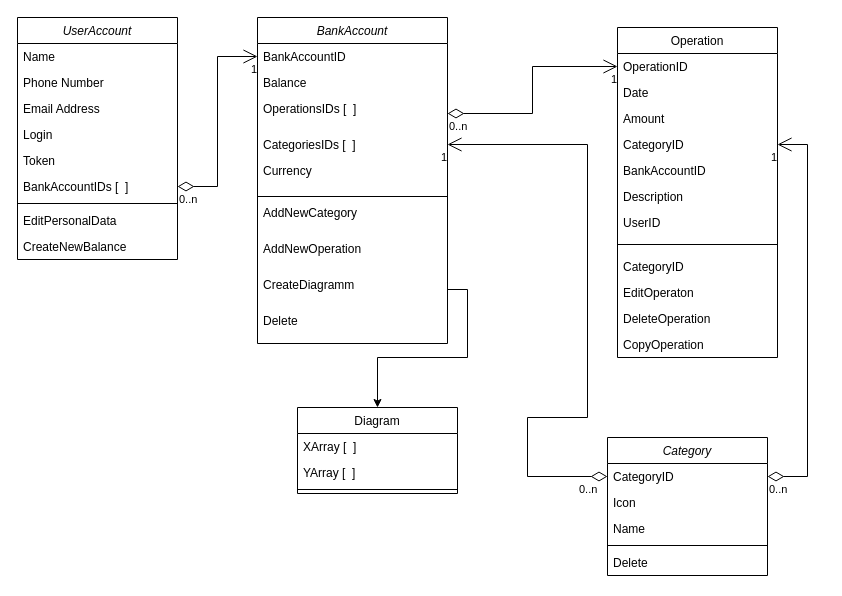
Above: Model.drawio in 1Eross/FICo (draw.io), before the change. Source tidied: cells renumbered, new cells numbered last; positions are measured from the earlier drawing's top-left corner, leaving out a move shared by most shapes. Both pictures are drawn from the tidied source at 100%, with x=0, y=0 at pixel (17, 17).
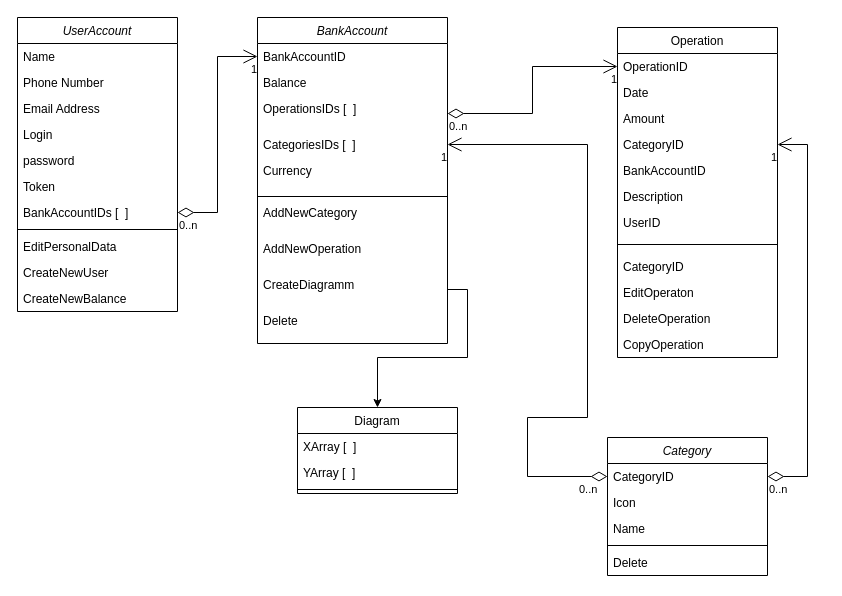
The same diagram, later.

Change to the diagram source:
```diff
@@
     <mxCell id="2" value="UserAccount" style="swimlane;fontStyle=2;align=center;verticalAlign=top;horizontal=1;startSize=26;rounded=0;shadow=0;strokeWidth=1;" parent="1" vertex="1">
-      <mxGeometry width="160" height="242" as="geometry" />
+      <mxGeometry width="160" height="294" as="geometry" />
     </mxCell>
@@
+    <mxCell id="59" value="password" style="text;align=left;verticalAlign=top;spacingLeft=4;spacingRight=4;overflow=hidden;rounded=0;shadow=0;html=0;" parent="2" vertex="1">
+      <mxGeometry y="130" width="160" height="26" as="geometry" />
+    </mxCell>
     <mxCell id="7" value="Token" style="text;align=left;verticalAlign=top;spacingLeft=4;spacingRight=4;overflow=hidden;rounded=0;shadow=0;html=0;" parent="2" vertex="1">
-      <mxGeometry y="130" width="160" height="26" as="geometry" />
+      <mxGeometry y="156" width="160" height="26" as="geometry" />
     </mxCell>
     <mxCell id="8" value="BankAccountIDs [  ]" style="text;align=left;verticalAlign=top;spacingLeft=4;spacingRight=4;overflow=hidden;points=[[0,0.5],[1,0.5]];portConstraint=eastwest;rounded=0;shadow=0;html=0;" parent="2" vertex="1">
-      <mxGeometry y="156" width="160" height="26" as="geometry" />
+      <mxGeometry y="182" width="160" height="26" as="geometry" />
     </mxCell>
     <mxCell id="9" style="line;html=1;strokeWidth=1;align=left;verticalAlign=middle;spacingTop=-1;spacingLeft=3;spacingRight=3;labelPosition=right;" parent="2" vertex="1">
-      <mxGeometry y="182" width="160" height="8" as="geometry" />
+      <mxGeometry y="208" width="160" height="8" as="geometry" />
     </mxCell>
     <mxCell id="10" value="EditPersonalData" style="text;align=left;verticalAlign=top;spacingLeft=4;spacingRight=4;overflow=hidden;" parent="2" vertex="1">
-      <mxGeometry y="190" width="160" height="26" as="geometry" />
+      <mxGeometry y="216" width="160" height="26" as="geometry" />
     </mxCell>
+    <mxCell id="60" value="CreateNewUser" style="text;align=left;verticalAlign=top;spacingLeft=4;spacingRight=4;overflow=hidden;" parent="2" vertex="1">
+      <mxGeometry y="242" width="160" height="26" as="geometry" />
+    </mxCell>
     <mxCell id="11" value="CreateNewBalance&#10;" style="text;align=left;verticalAlign=top;spacingLeft=4;spacingRight=4;overflow=hidden;" parent="2" vertex="1">
-      <mxGeometry y="216" width="160" height="26" as="geometry" />
+      <mxGeometry y="268" width="160" height="26" as="geometry" />
     </mxCell>
```
